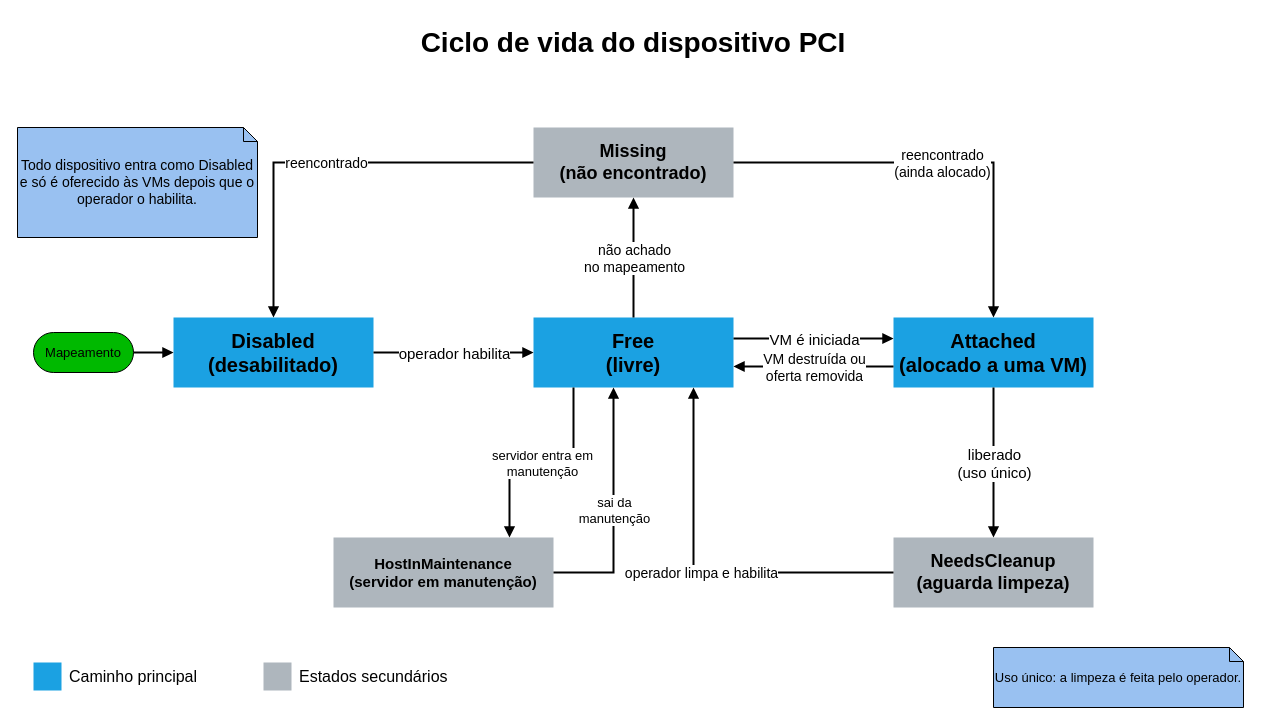
This is page "ciclo-de-vida-dispositivo" (2 of 3) of diagramas/diagramas-apresentacao.drawio from erikbocks/apresentacao-tcc, a draw.io file, before an edit. Source tidied: cells renumbered, new cells numbered last; positions are measured from the earlier drawing's top-left corner, leaving out a move shared by most shapes. Both pictures are drawn from the tidied source at 100%, with x=0, y=0 at pixel (17, 17).
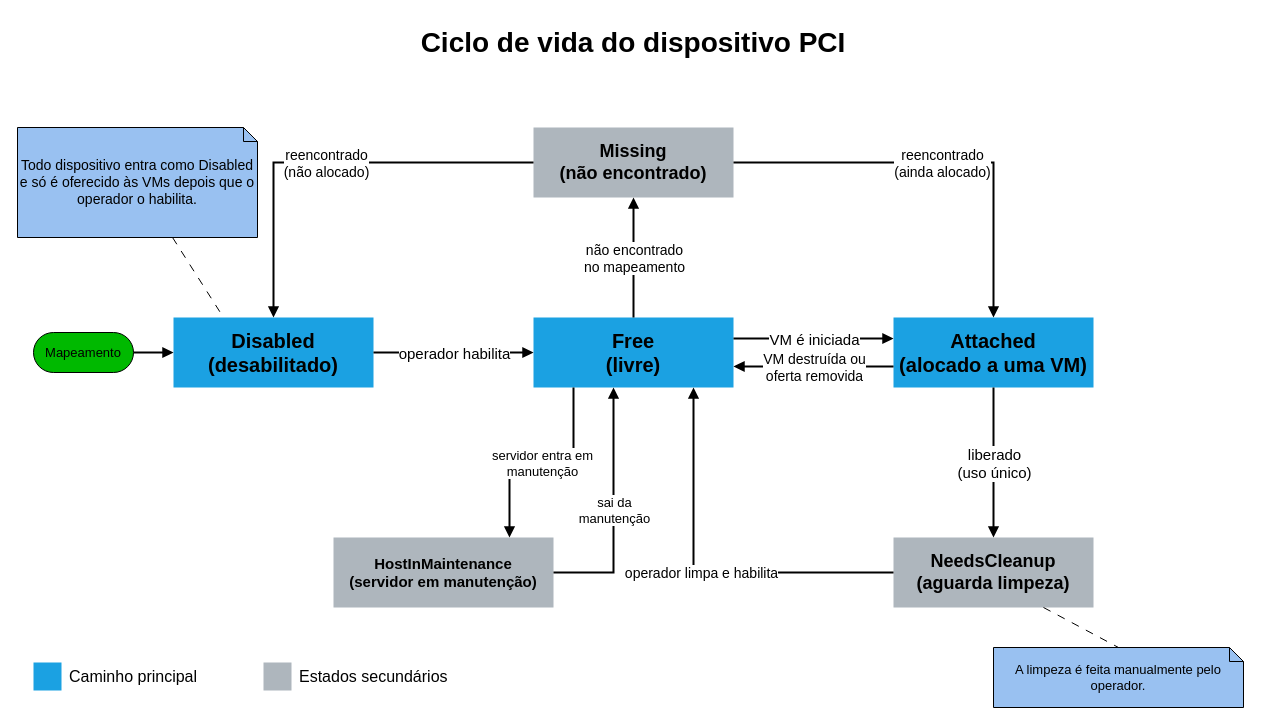
The same diagram, later.

Unchanged cells that the change refers to:
```xml
<mxCell id="4" value="Disabled&lt;br&gt;(desabilitado)" style="whiteSpace=wrap;html=1;fillColor=#1ba1e2;strokeColor=none;fontColor=#000000;dashed=0;horizontal=1;fontSize=20;fontStyle=1;" parent="1" vertex="1">
  <mxGeometry x="156" y="300" width="200" height="70" as="geometry" />
</mxCell>
<mxCell id="9" value="NeedsCleanup&lt;br&gt;(aguarda limpeza)" style="whiteSpace=wrap;html=1;fillColor=#aeb6bd;strokeColor=none;fontColor=#000000;dashed=0;horizontal=1;fontSize=18;fontStyle=1;" parent="1" vertex="1">
  <mxGeometry x="876" y="520" width="200" height="70" as="geometry" />
</mxCell>
<mxCell id="25" style="edgeStyle=orthogonalEdgeStyle;rounded=0;jettySize=auto;html=1;endArrow=block;endFill=1;strokeWidth=2;strokeColor=#000000;exitX=0.5;exitY=0;exitDx=0;exitDy=0;entryX=0.5;entryY=1;entryDx=0;entryDy=0;" parent="1" edge="1" source="5" target="7">
  <mxGeometry relative="1" as="geometry" />
</mxCell>
<mxCell id="27" style="edgeStyle=orthogonalEdgeStyle;rounded=0;jettySize=auto;html=1;endArrow=block;endFill=1;strokeWidth=2;strokeColor=#000000;exitX=0;exitY=0.5;exitDx=0;exitDy=0;entryX=0.5;entryY=0;entryDx=0;entryDy=0;" parent="1" edge="1" source="7" target="4">
  <mxGeometry relative="1" as="geometry" />
</mxCell>
<mxCell id="31" value="Todo dispositivo entra como Disabled e só é oferecido às VMs depois que o operador o habilita." style="shape=note;size=14;whiteSpace=wrap;html=1;fillColor=#99c1f1;align=center;fontSize=14;fontColor=#000000;" parent="1" vertex="1">
  <mxGeometry y="110" width="240" height="110" as="geometry" />
</mxCell>
```

What changed in the source:
```diff
@@
-    <mxCell id="26" value="não achado&lt;br&gt;no mapeamento" style="edgeLabel;html=1;align=center;verticalAlign=middle;fontSize=14;labelBackgroundColor=#ffffff;" parent="25" vertex="1">
+    <mxCell id="26" value="não encontrado&lt;br&gt;no mapeamento" style="edgeLabel;html=1;align=center;verticalAlign=middle;fontSize=14;labelBackgroundColor=#ffffff;" parent="25" vertex="1">
       <mxGeometry relative="1" as="geometry" />
     </mxCell>
@@
-    <mxCell id="28" value="reencontrado" style="edgeLabel;html=1;align=center;verticalAlign=middle;fontSize=14;labelBackgroundColor=#ffffff;" parent="27" vertex="1">
+    <mxCell id="28" value="reencontrado&lt;br&gt;(não alocado)" style="edgeLabel;html=1;align=center;verticalAlign=middle;fontSize=14;labelBackgroundColor=#ffffff;" parent="27" vertex="1">
       <mxGeometry relative="1" as="geometry" />
     </mxCell>
@@
+    <mxCell id="37" style="rounded=0;jettySize=auto;html=1;entryX=0.25;entryY=0;entryDx=0;entryDy=0;endArrow=none;endFill=0;dashed=1;dashPattern=8 8;" parent="1" edge="1" source="31" target="4">
+      <mxGeometry relative="1" as="geometry" />
+    </mxCell>
@@
-    <mxCell id="32" value="Uso único: a limpeza é feita pelo operador." style="shape=note;size=14;whiteSpace=wrap;html=1;fillColor=#99c1f1;align=center;fontSize=13;fontColor=#000000;" parent="1" vertex="1">
+    <mxCell id="32" value="A limpeza é feita manualmente pelo operador." style="shape=note;size=14;whiteSpace=wrap;html=1;fillColor=#99c1f1;align=center;fontSize=13;fontColor=#000000;" parent="1" vertex="1">
       <mxGeometry x="976" y="630" width="250" height="60" as="geometry" />
     </mxCell>
@@
+    <mxCell id="38" style="rounded=0;jettySize=auto;html=1;entryX=0.5;entryY=0;entryDx=0;entryDy=0;endArrow=none;endFill=0;dashed=1;dashPattern=8 8;exitX=0.75;exitY=1;exitDx=0;exitDy=0;entryPerimeter=0;" parent="1" edge="1" source="9" target="32">
+      <mxGeometry relative="1" as="geometry" />
+    </mxCell>
```
